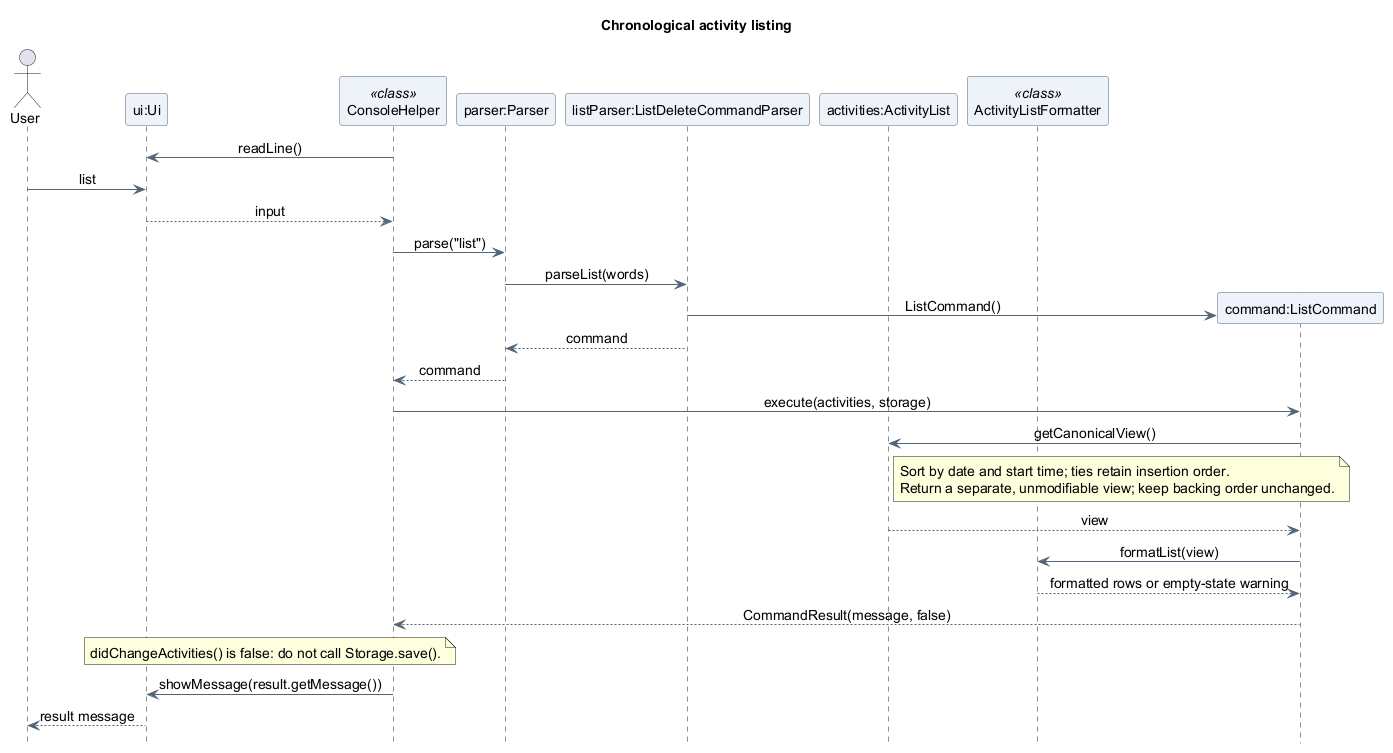
AY2627S1-CS2113-T10-4/tp keeps this PlantUML diagram as docs/images/asyraf/sequence/ListActivitySequence.png. Above is the earlier version.
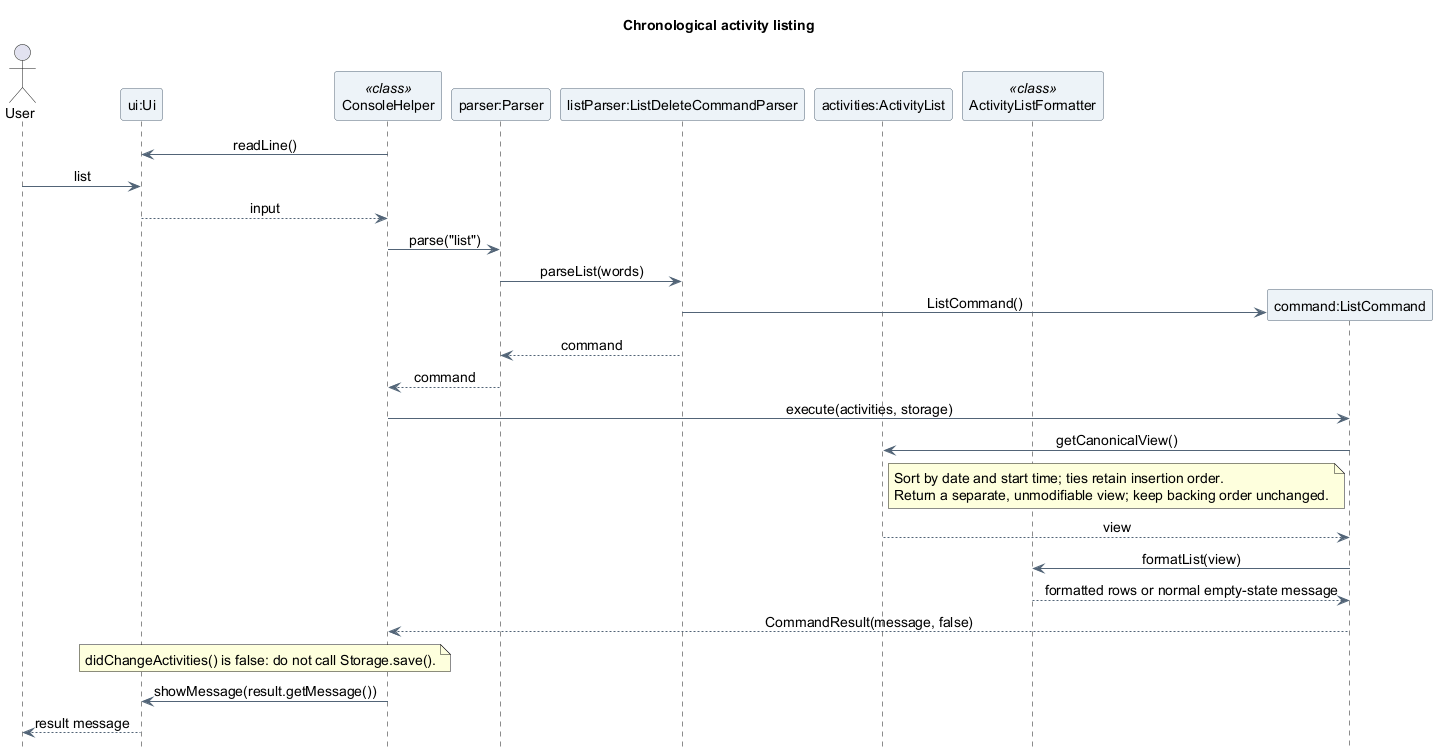
Above is the later version.

What changed in the source:
```diff
@@ -36,7 +36,7 @@
 end note
 Activities --> Query : view
 Query -> Formatter : formatList(view)
-Formatter --> Query : formatted rows or empty-state warning
+Formatter --> Query : formatted rows or normal empty-state message
 Query --> Console : CommandResult(message, false)
 note over Console, UI
   didChangeActivities() is false: do not call Storage.save().
```
